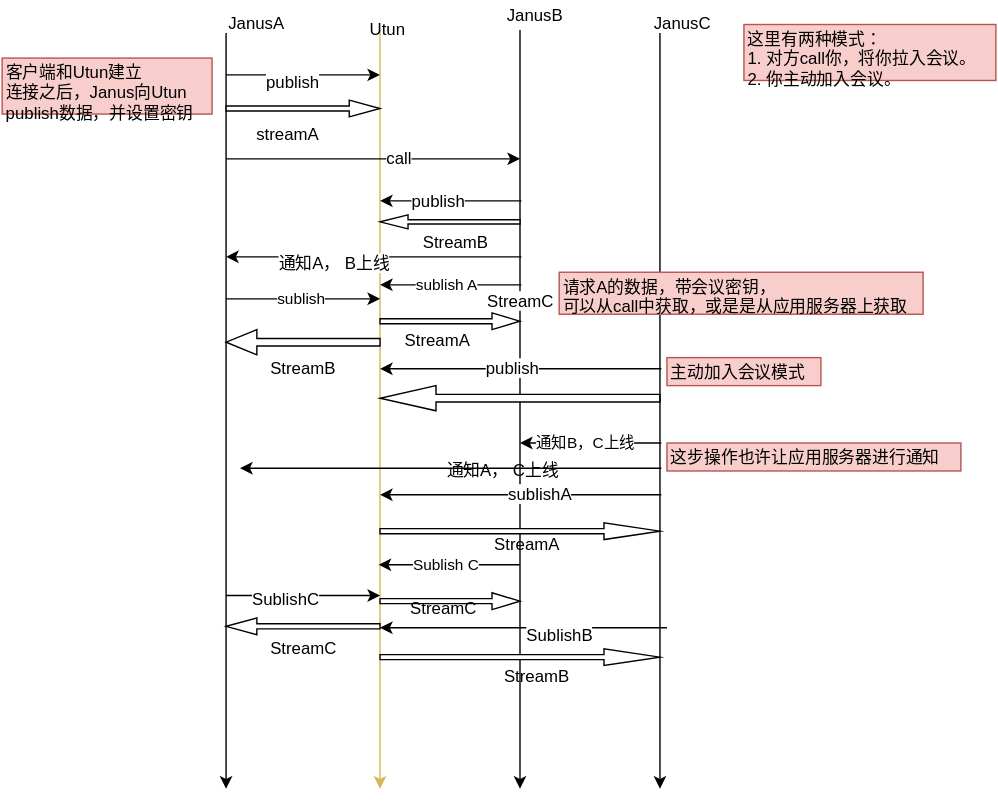
chenlai/picture keeps this draw.io diagram as video_room_message_utun.svg. Above is the earlier version. Source tidied: cells renumbered, new cells last; positions are measured from the earlier drawing's top-left corner, leaving out a move shared by most shapes. The source it was exported from:
```xml
<mxGraphModel background="#ffffff">
  <root>
    <mxCell id="0" />
    <mxCell id="1" parent="0" />
    <mxCell id="2" style="endArrow=classic;html=1;" parent="1" edge="1">
      <mxGeometry relative="1" as="geometry">
        <mxPoint x="160" y="22" as="sourcePoint" />
        <mxPoint x="160" y="562" as="targetPoint" />
      </mxGeometry>
    </mxCell>
    <mxCell id="3" style="endArrow=classic;html=1;fillColor=#fff2cc;strokeColor=#d6b656;" parent="1" edge="1">
      <mxGeometry relative="1" as="geometry">
        <mxPoint x="270" y="20" as="sourcePoint" />
        <mxPoint x="270" y="562" as="targetPoint" />
      </mxGeometry>
    </mxCell>
    <mxCell id="4" style="endArrow=classic;html=1;" parent="1" edge="1">
      <mxGeometry relative="1" as="geometry">
        <mxPoint x="160" y="52" as="sourcePoint" />
        <mxPoint x="270" y="52" as="targetPoint" />
      </mxGeometry>
    </mxCell>
    <mxCell id="5" value="publish" style="text;html=1;align=center;verticalAlign=middle;labelBackgroundColor=#ffffff;" parent="4" vertex="1">
      <mxGeometry x="-0.15" y="-4" relative="1" as="geometry" />
    </mxCell>
    <mxCell id="6" value="sublish" style="endArrow=classic;html=1;" parent="1" edge="1">
      <mxGeometry x="170" y="350" as="geometry">
        <mxPoint x="160" y="212" as="sourcePoint" />
        <mxPoint x="270" y="212" as="targetPoint" />
      </mxGeometry>
    </mxCell>
    <mxCell id="7" style="endArrow=classic;html=1;" parent="1" edge="1">
      <mxGeometry x="170" y="562" as="geometry">
        <mxPoint x="160" y="424" as="sourcePoint" />
        <mxPoint x="270" y="424" as="targetPoint" />
      </mxGeometry>
    </mxCell>
    <mxCell id="8" value="SublishC" style="text;html=1;align=center;verticalAlign=middle;labelBackgroundColor=#ffffff;" parent="7" vertex="1">
      <mxGeometry relative="1" as="geometry">
        <mxPoint x="-13" y="1" as="offset" />
      </mxGeometry>
    </mxCell>
    <mxCell id="9" style="endArrow=classic;html=1;" parent="1" edge="1">
      <mxGeometry x="170" y="250" as="geometry">
        <mxPoint x="160" y="112" as="sourcePoint" />
        <mxPoint x="370" y="112" as="targetPoint" />
      </mxGeometry>
    </mxCell>
    <mxCell id="10" value="call" style="text;html=1;align=center;verticalAlign=middle;labelBackgroundColor=#ffffff;" parent="9" vertex="1">
      <mxGeometry relative="1" as="geometry">
        <mxPoint x="18" y="-2" as="offset" />
      </mxGeometry>
    </mxCell>
    <mxCell id="11" value="JanusA" style="text;html=1;align=left;verticalAlign=top;spacingTop=-4;" parent="1" vertex="1">
      <mxGeometry x="160" y="6" width="60" height="20" as="geometry" />
    </mxCell>
    <mxCell id="12" value="Utun" style="text;html=1;align=left;verticalAlign=top;spacingTop=-4;" parent="1" vertex="1">
      <mxGeometry x="261" y="10" width="40" height="20" as="geometry" />
    </mxCell>
    <mxCell id="13" value="客户端和Utun建立&lt;div&gt;连接之后，Janus向Utun&lt;/div&gt;&lt;div&gt;publish数据，并设置密钥&lt;/div&gt;" style="text;html=1;align=left;verticalAlign=top;spacingTop=-4;fillColor=#f8cecc;strokeColor=#b85450;" parent="1" vertex="1">
      <mxGeometry y="40" width="150" height="40" as="geometry" />
    </mxCell>
    <mxCell id="14" style="endArrow=classic;html=1;" parent="1" edge="1">
      <mxGeometry x="380" y="158" as="geometry">
        <mxPoint x="370" y="20" as="sourcePoint" />
        <mxPoint x="370" y="562" as="targetPoint" />
      </mxGeometry>
    </mxCell>
    <mxCell id="15" value="StreamC" style="text;html=1;align=center;verticalAlign=middle;labelBackgroundColor=#ffffff;" parent="14" vertex="1">
      <mxGeometry relative="1" as="geometry">
        <mxPoint y="-79" as="offset" />
      </mxGeometry>
    </mxCell>
    <mxCell id="16" value="这里有两种模式：&lt;div&gt;1. 对方call你，将你拉入会议。&lt;/div&gt;&lt;div&gt;2. 你主动加入会议。&lt;/div&gt;" style="text;html=1;align=left;verticalAlign=top;spacingTop=-4;fillColor=#f8cecc;strokeColor=#b85450;" parent="1" vertex="1">
      <mxGeometry x="530" y="16" width="180" height="40" as="geometry" />
    </mxCell>
    <mxCell id="17" value="JanusB" style="text;html=1;align=left;verticalAlign=top;spacingTop=-4;" parent="1" vertex="1">
      <mxGeometry x="359" width="60" height="20" as="geometry" />
    </mxCell>
    <mxCell id="18" style="shape=singleArrow;whiteSpace=wrap;html=1;strokeColor=#000000;align=left;" parent="1" vertex="1">
      <mxGeometry x="160" y="70" width="110" height="12" as="geometry" />
    </mxCell>
    <mxCell id="19" style="endArrow=classic;html=1;dashed=1;" parent="1" edge="1" target="18">
      <mxGeometry relative="1" as="geometry">
        <mxPoint x="160" y="80" as="sourcePoint" />
      </mxGeometry>
    </mxCell>
    <mxCell id="20" value="streamA" style="text;html=1;align=left;verticalAlign=top;spacingTop=-4;" parent="1" vertex="1">
      <mxGeometry x="180" y="85" width="60" height="20" as="geometry" />
    </mxCell>
    <mxCell id="21" style="endArrow=classic;html=1;" parent="1" edge="1">
      <mxGeometry x="280" y="280" as="geometry">
        <mxPoint x="371" y="142" as="sourcePoint" />
        <mxPoint x="270" y="142" as="targetPoint" />
      </mxGeometry>
    </mxCell>
    <mxCell id="22" value="publish" style="text;html=1;align=center;verticalAlign=middle;labelBackgroundColor=#ffffff;" parent="21" vertex="1">
      <mxGeometry relative="1" as="geometry">
        <mxPoint x="-9" y="-1" as="offset" />
      </mxGeometry>
    </mxCell>
    <mxCell id="23" style="endArrow=classic;html=1;" parent="1" edge="1">
      <mxGeometry x="380" y="490" as="geometry">
        <mxPoint x="471" y="352" as="sourcePoint" />
        <mxPoint x="270" y="352" as="targetPoint" />
      </mxGeometry>
    </mxCell>
    <mxCell id="24" value="sublishA" style="text;html=1;align=center;verticalAlign=middle;labelBackgroundColor=#ffffff;" parent="23" vertex="1">
      <mxGeometry relative="1" as="geometry">
        <mxPoint x="14" y="-2" as="offset" />
      </mxGeometry>
    </mxCell>
    <mxCell id="25" style="endArrow=classic;html=1;" parent="1" edge="1">
      <mxGeometry x="380" y="400" as="geometry">
        <mxPoint x="471" y="262" as="sourcePoint" />
        <mxPoint x="270" y="262" as="targetPoint" />
      </mxGeometry>
    </mxCell>
    <mxCell id="26" value="publish" style="text;html=1;align=center;verticalAlign=middle;labelBackgroundColor=#ffffff;" parent="25" vertex="1">
      <mxGeometry relative="1" as="geometry">
        <mxPoint x="-6" y="-2" as="offset" />
      </mxGeometry>
    </mxCell>
    <mxCell id="27" value="sublish A" style="endArrow=classic;html=1;" parent="1" edge="1">
      <mxGeometry x="280" y="340" as="geometry">
        <mxPoint x="371" y="202" as="sourcePoint" />
        <mxPoint x="270" y="202" as="targetPoint" />
      </mxGeometry>
    </mxCell>
    <mxCell id="28" style="shape=singleArrow;direction=west;whiteSpace=wrap;html=1;strokeColor=#000000;align=left;" parent="1" vertex="1">
      <mxGeometry x="160" y="440" width="110" height="12" as="geometry" />
    </mxCell>
    <mxCell id="29" style="shape=singleArrow;direction=west;whiteSpace=wrap;html=1;strokeColor=#000000;align=left;" parent="1" vertex="1">
      <mxGeometry x="160" y="234" width="110" height="18" as="geometry" />
    </mxCell>
    <mxCell id="30" style="shape=singleArrow;direction=west;whiteSpace=wrap;html=1;strokeColor=#000000;align=left;" parent="1" vertex="1">
      <mxGeometry x="270" y="274" width="200" height="18" as="geometry" />
    </mxCell>
    <mxCell id="31" style="shape=singleArrow;direction=west;whiteSpace=wrap;html=1;strokeColor=#000000;align=left;" parent="1" vertex="1">
      <mxGeometry x="270" y="152" width="100" height="10" as="geometry" />
    </mxCell>
    <mxCell id="32" value="StreamB" style="text;html=1;align=left;verticalAlign=top;spacingTop=-4;" parent="1" vertex="1">
      <mxGeometry x="299" y="162" width="60" height="20" as="geometry" />
    </mxCell>
    <mxCell id="33" style="shape=singleArrow;whiteSpace=wrap;html=1;strokeColor=#000000;align=left;" parent="1" vertex="1">
      <mxGeometry x="270" y="372" width="200" height="12" as="geometry" />
    </mxCell>
    <mxCell id="34" style="shape=singleArrow;whiteSpace=wrap;html=1;strokeColor=#000000;align=left;" parent="1" vertex="1">
      <mxGeometry x="270" y="222" width="100" height="12" as="geometry" />
    </mxCell>
    <mxCell id="35" value="StreamA" style="text;html=1;align=left;verticalAlign=top;spacingTop=-4;" parent="1" vertex="1">
      <mxGeometry x="286" y="232" width="60" height="20" as="geometry" />
    </mxCell>
    <mxCell id="36" style="endArrow=classic;html=1;" parent="1" edge="1">
      <mxGeometry relative="1" as="geometry">
        <mxPoint x="470" y="22" as="sourcePoint" />
        <mxPoint x="470" y="562" as="targetPoint" />
      </mxGeometry>
    </mxCell>
    <mxCell id="37" value="主动加入会议模式" style="text;html=1;align=left;verticalAlign=top;spacingTop=-4;fillColor=#f8cecc;strokeColor=#b85450;" parent="1" vertex="1">
      <mxGeometry x="475" y="254" width="110" height="20" as="geometry" />
    </mxCell>
    <mxCell id="38" value="&lt;div&gt;&lt;div&gt;JanusC&lt;/div&gt;&lt;/div&gt;" style="text;html=1;align=left;verticalAlign=top;spacingTop=-4;" parent="1" vertex="1">
      <mxGeometry x="464" y="6" width="60" height="20" as="geometry" />
    </mxCell>
    <mxCell id="39" value="请求A的数据，带会议密钥，&lt;div&gt;可以从call中获取，或是是从应用服务器上获取&lt;/div&gt;" style="text;html=1;align=left;verticalAlign=top;spacingTop=-4;fillColor=#f8cecc;strokeColor=#b85450;" parent="1" vertex="1">
      <mxGeometry x="398" y="193" width="260" height="30" as="geometry" />
    </mxCell>
    <mxCell id="40" value="Sublish C" style="endArrow=classic;html=1;" parent="1" edge="1">
      <mxGeometry x="279" y="540" as="geometry">
        <mxPoint x="370" y="402" as="sourcePoint" />
        <mxPoint x="269" y="402" as="targetPoint" />
      </mxGeometry>
    </mxCell>
    <mxCell id="41" style="endArrow=classic;html=1;" parent="1" edge="1">
      <mxGeometry x="280" y="320" as="geometry">
        <mxPoint x="371" y="182" as="sourcePoint" />
        <mxPoint x="160" y="182" as="targetPoint" />
      </mxGeometry>
    </mxCell>
    <mxCell id="42" value="通知A， B上线" style="text;html=1;align=center;verticalAlign=middle;labelBackgroundColor=#ffffff;" parent="41" vertex="1">
      <mxGeometry relative="1" as="geometry">
        <mxPoint x="-28" y="3" as="offset" />
      </mxGeometry>
    </mxCell>
    <mxCell id="43" style="endArrow=classic;html=1;" parent="1" edge="1">
      <mxGeometry x="380" y="471" as="geometry">
        <mxPoint x="471" y="333" as="sourcePoint" />
        <mxPoint x="170" y="333" as="targetPoint" />
      </mxGeometry>
    </mxCell>
    <mxCell id="44" value="通知B，C上线" style="endArrow=classic;html=1;" parent="1" edge="1">
      <mxGeometry x="380" y="453" as="geometry">
        <mxPoint x="471" y="315" as="sourcePoint" />
        <mxPoint x="370" y="315" as="targetPoint" />
      </mxGeometry>
    </mxCell>
    <mxCell id="45" value="通知A， C上线" style="text;html=1;align=left;verticalAlign=top;spacingTop=-4;" parent="1" vertex="1">
      <mxGeometry x="316" y="325" width="100" height="20" as="geometry" />
    </mxCell>
    <mxCell id="46" value="这步操作也许让应用服务器进行通知" style="text;html=1;align=left;verticalAlign=top;spacingTop=-4;fillColor=#f8cecc;strokeColor=#b85450;" parent="1" vertex="1">
      <mxGeometry x="475" y="315" width="210" height="20" as="geometry" />
    </mxCell>
    <mxCell id="47" value="StreamA" style="text;html=1;align=left;verticalAlign=top;spacingTop=-4;" parent="1" vertex="1">
      <mxGeometry x="350" y="378" width="60" height="20" as="geometry" />
    </mxCell>
    <mxCell id="48" value="StreamB" style="text;html=1;align=left;verticalAlign=top;spacingTop=-4;" parent="1" vertex="1">
      <mxGeometry x="190" y="252" width="60" height="20" as="geometry" />
    </mxCell>
    <mxCell id="49" style="endArrow=classic;html=1;" parent="1" edge="1">
      <mxGeometry x="384" y="585" as="geometry">
        <mxPoint x="475" y="447" as="sourcePoint" />
        <mxPoint x="270" y="447" as="targetPoint" />
      </mxGeometry>
    </mxCell>
    <mxCell id="50" value="SublishB" style="text;html=1;align=center;verticalAlign=middle;labelBackgroundColor=#ffffff;" parent="49" vertex="1">
      <mxGeometry relative="1" as="geometry">
        <mxPoint x="26" y="4" as="offset" />
      </mxGeometry>
    </mxCell>
    <mxCell id="51" style="shape=singleArrow;whiteSpace=wrap;html=1;strokeColor=#000000;align=left;" parent="1" vertex="1">
      <mxGeometry x="270" y="462" width="200" height="12" as="geometry" />
    </mxCell>
    <mxCell id="52" style="shape=singleArrow;whiteSpace=wrap;html=1;strokeColor=#000000;align=left;" parent="1" vertex="1">
      <mxGeometry x="270" y="422" width="100" height="12" as="geometry" />
    </mxCell>
    <mxCell id="53" value="StreamC" style="text;html=1;align=left;verticalAlign=top;spacingTop=-4;" parent="1" vertex="1">
      <mxGeometry x="290" y="424" width="60" height="20" as="geometry" />
    </mxCell>
    <mxCell id="54" value="StreamB" style="text;html=1;align=left;verticalAlign=top;spacingTop=-4;" parent="1" vertex="1">
      <mxGeometry x="357" y="472" width="60" height="20" as="geometry" />
    </mxCell>
    <mxCell id="55" value="StreamC" style="text;html=1;align=left;verticalAlign=top;spacingTop=-4;" parent="1" vertex="1">
      <mxGeometry x="190" y="452" width="60" height="20" as="geometry" />
    </mxCell>
  </root>
</mxGraphModel>
```
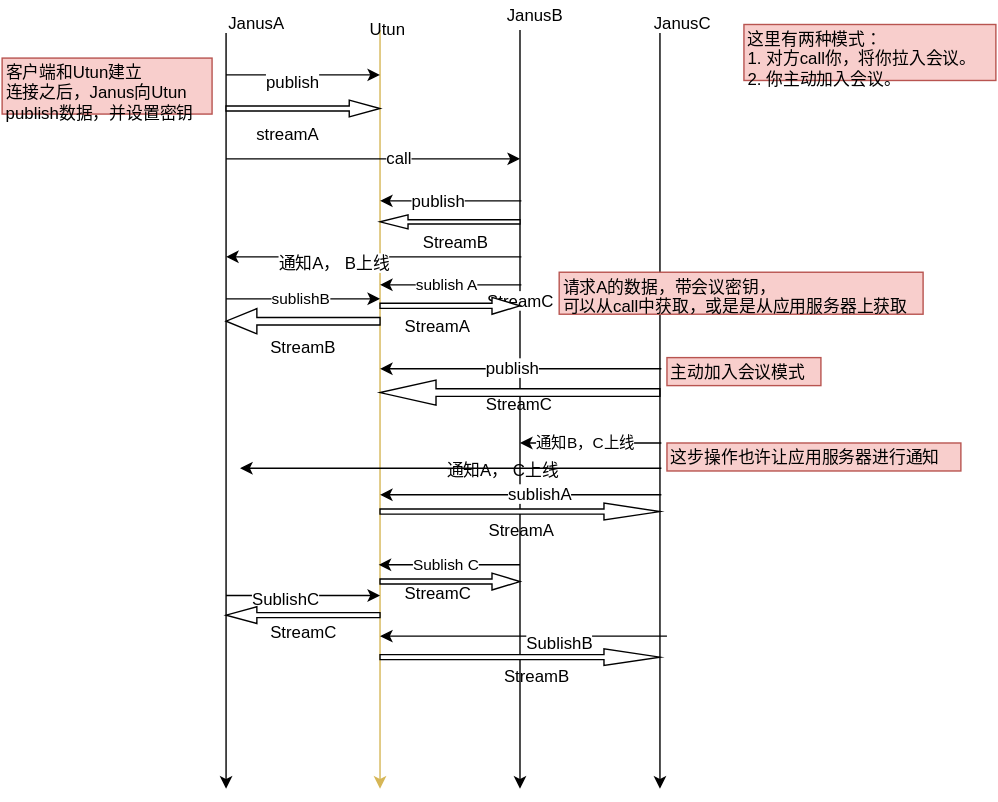
After the change.

Commit message:
update video room message about utun

What changed in the source:
```diff
@@ -23,7 +23,7 @@
     <mxCell id="5" value="publish" style="text;html=1;align=center;verticalAlign=middle;labelBackgroundColor=#ffffff;" parent="4" vertex="1">
       <mxGeometry x="-0.15" y="-4" relative="1" as="geometry" />
     </mxCell>
-    <mxCell id="6" value="sublish" style="endArrow=classic;html=1;" parent="1" edge="1">
+    <mxCell id="6" value="sublishB" style="endArrow=classic;html=1;" parent="1" edge="1">
       <mxGeometry x="170" y="350" as="geometry">
         <mxPoint x="160" y="212" as="sourcePoint" />
         <mxPoint x="270" y="212" as="targetPoint" />
@@ -128,13 +128,13 @@
       </mxGeometry>
     </mxCell>
     <mxCell id="28" style="shape=singleArrow;direction=west;whiteSpace=wrap;html=1;strokeColor=#000000;align=left;" parent="1" vertex="1">
-      <mxGeometry x="160" y="440" width="110" height="12" as="geometry" />
+      <mxGeometry x="160" y="432" width="110" height="12" as="geometry" />
     </mxCell>
     <mxCell id="29" style="shape=singleArrow;direction=west;whiteSpace=wrap;html=1;strokeColor=#000000;align=left;" parent="1" vertex="1">
-      <mxGeometry x="160" y="234" width="110" height="18" as="geometry" />
+      <mxGeometry x="160" y="219" width="110" height="18" as="geometry" />
     </mxCell>
     <mxCell id="30" style="shape=singleArrow;direction=west;whiteSpace=wrap;html=1;strokeColor=#000000;align=left;" parent="1" vertex="1">
-      <mxGeometry x="270" y="274" width="200" height="18" as="geometry" />
+      <mxGeometry x="270" y="270" width="200" height="18" as="geometry" />
     </mxCell>
     <mxCell id="31" style="shape=singleArrow;direction=west;whiteSpace=wrap;html=1;strokeColor=#000000;align=left;" parent="1" vertex="1">
       <mxGeometry x="270" y="152" width="100" height="10" as="geometry" />
@@ -143,13 +143,13 @@
       <mxGeometry x="299" y="162" width="60" height="20" as="geometry" />
     </mxCell>
     <mxCell id="33" style="shape=singleArrow;whiteSpace=wrap;html=1;strokeColor=#000000;align=left;" parent="1" vertex="1">
-      <mxGeometry x="270" y="372" width="200" height="12" as="geometry" />
+      <mxGeometry x="270" y="358" width="200" height="12" as="geometry" />
     </mxCell>
     <mxCell id="34" style="shape=singleArrow;whiteSpace=wrap;html=1;strokeColor=#000000;align=left;" parent="1" vertex="1">
-      <mxGeometry x="270" y="222" width="100" height="12" as="geometry" />
+      <mxGeometry x="270" y="211" width="100" height="12" as="geometry" />
     </mxCell>
     <mxCell id="35" value="StreamA" style="text;html=1;align=left;verticalAlign=top;spacingTop=-4;" parent="1" vertex="1">
-      <mxGeometry x="286" y="232" width="60" height="20" as="geometry" />
+      <mxGeometry x="286" y="222" width="60" height="20" as="geometry" />
     </mxCell>
     <mxCell id="36" style="endArrow=classic;html=1;" parent="1" edge="1">
       <mxGeometry relative="1" as="geometry">
@@ -202,15 +202,15 @@
       <mxGeometry x="475" y="315" width="210" height="20" as="geometry" />
     </mxCell>
     <mxCell id="47" value="StreamA" style="text;html=1;align=left;verticalAlign=top;spacingTop=-4;" parent="1" vertex="1">
-      <mxGeometry x="350" y="378" width="60" height="20" as="geometry" />
+      <mxGeometry x="346" y="368" width="60" height="20" as="geometry" />
     </mxCell>
     <mxCell id="48" value="StreamB" style="text;html=1;align=left;verticalAlign=top;spacingTop=-4;" parent="1" vertex="1">
-      <mxGeometry x="190" y="252" width="60" height="20" as="geometry" />
+      <mxGeometry x="190" y="237" width="60" height="20" as="geometry" />
     </mxCell>
     <mxCell id="49" style="endArrow=classic;html=1;" parent="1" edge="1">
-      <mxGeometry x="384" y="585" as="geometry">
-        <mxPoint x="475" y="447" as="sourcePoint" />
-        <mxPoint x="270" y="447" as="targetPoint" />
+      <mxGeometry x="384" y="591" as="geometry">
+        <mxPoint x="475" y="453" as="sourcePoint" />
+        <mxPoint x="270" y="453" as="targetPoint" />
       </mxGeometry>
     </mxCell>
     <mxCell id="50" value="SublishB" style="text;html=1;align=center;verticalAlign=middle;labelBackgroundColor=#ffffff;" parent="49" vertex="1">
@@ -222,16 +222,19 @@
       <mxGeometry x="270" y="462" width="200" height="12" as="geometry" />
     </mxCell>
     <mxCell id="52" style="shape=singleArrow;whiteSpace=wrap;html=1;strokeColor=#000000;align=left;" parent="1" vertex="1">
-      <mxGeometry x="270" y="422" width="100" height="12" as="geometry" />
+      <mxGeometry x="270" y="408" width="100" height="12" as="geometry" />
     </mxCell>
     <mxCell id="53" value="StreamC" style="text;html=1;align=left;verticalAlign=top;spacingTop=-4;" parent="1" vertex="1">
-      <mxGeometry x="290" y="424" width="60" height="20" as="geometry" />
+      <mxGeometry x="286" y="413" width="60" height="20" as="geometry" />
     </mxCell>
     <mxCell id="54" value="StreamB" style="text;html=1;align=left;verticalAlign=top;spacingTop=-4;" parent="1" vertex="1">
       <mxGeometry x="357" y="472" width="60" height="20" as="geometry" />
     </mxCell>
     <mxCell id="55" value="StreamC" style="text;html=1;align=left;verticalAlign=top;spacingTop=-4;" parent="1" vertex="1">
-      <mxGeometry x="190" y="452" width="60" height="20" as="geometry" />
+      <mxGeometry x="190" y="441" width="60" height="20" as="geometry" />
     </mxCell>
+    <mxCell id="56" value="StreamC&lt;div&gt;&lt;br&gt;&lt;/div&gt;" style="text;html=1;align=left;verticalAlign=top;spacingTop=-4;" parent="1" vertex="1">
+      <mxGeometry x="344" y="278" width="60" height="30" as="geometry" />
+    </mxCell>
   </root>
 </mxGraphModel>
```
